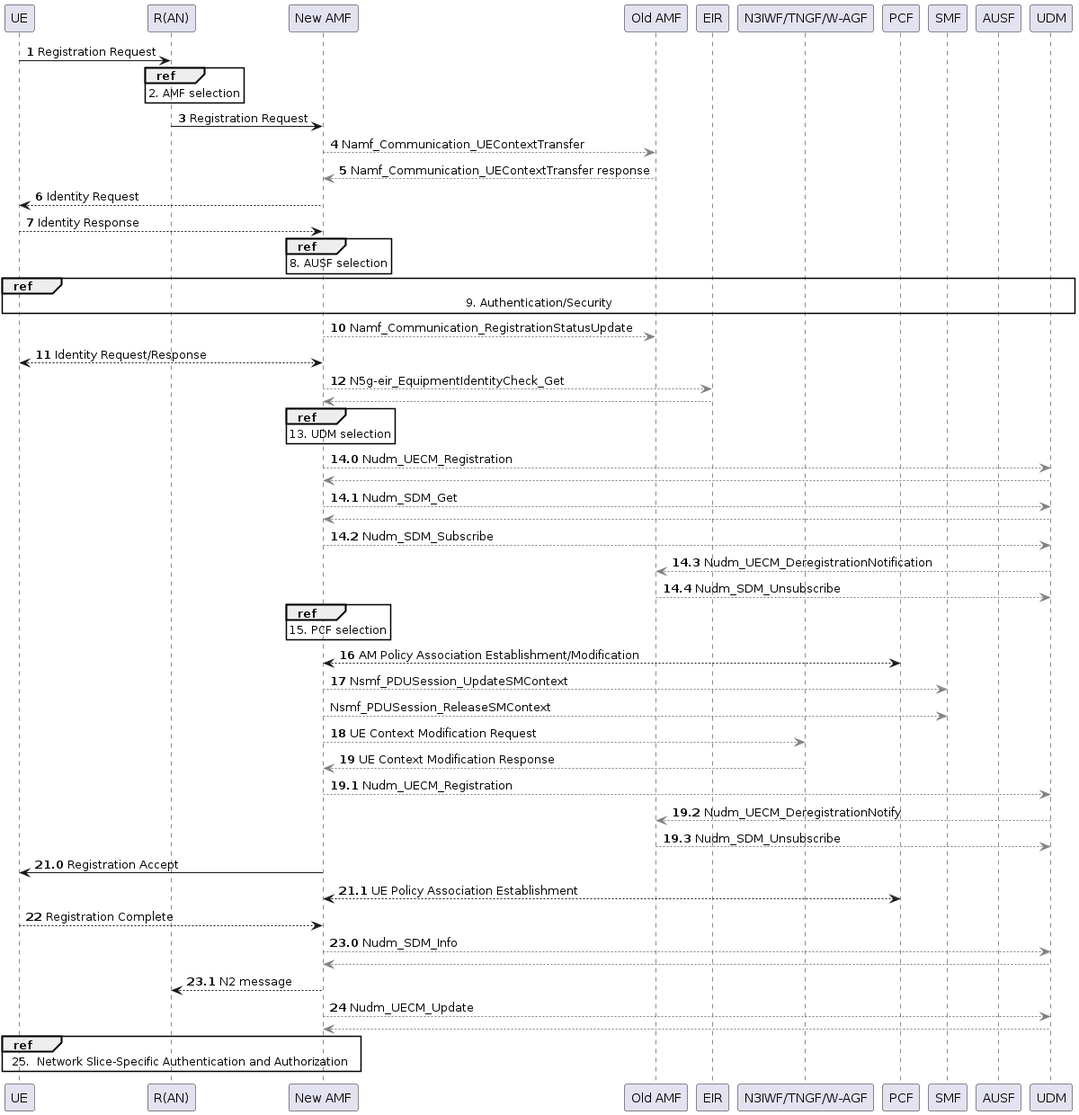
The PlantUML diagram 5G_UMLs/Procedures/General Registration.png in tariromukute/5gc-features, before a commit.
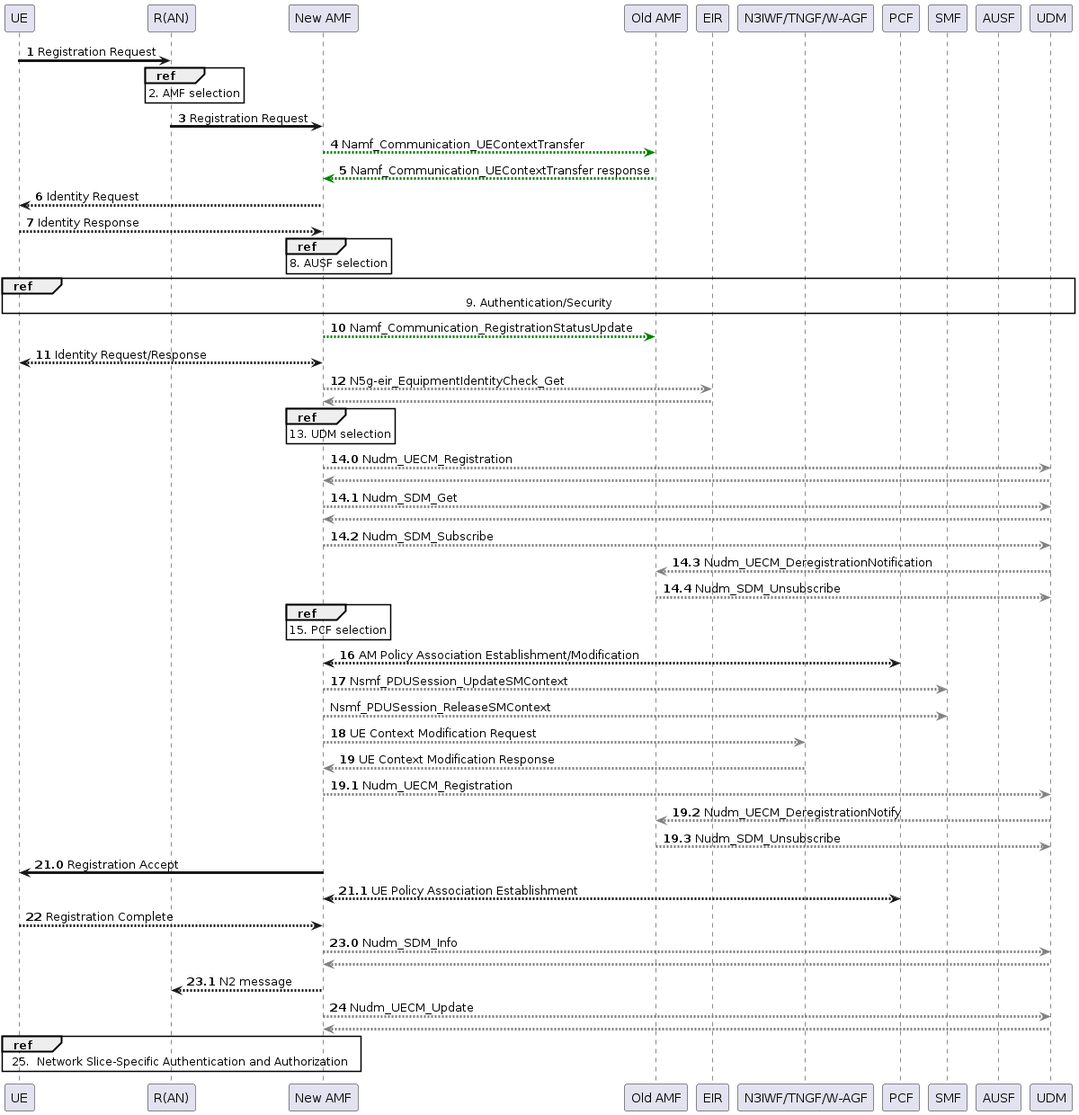
After the change.

Commit message:
Update digram and template for UML diagrams

What changed in the source:
```diff
@@ -1,4 +1,7 @@
 @startuml General Registration
+
+!include /home/common.puml
+!include /home/vars/Namf_Communication.puml
 
 !$DEFAULT_COLOR = "#gray"
 
```
